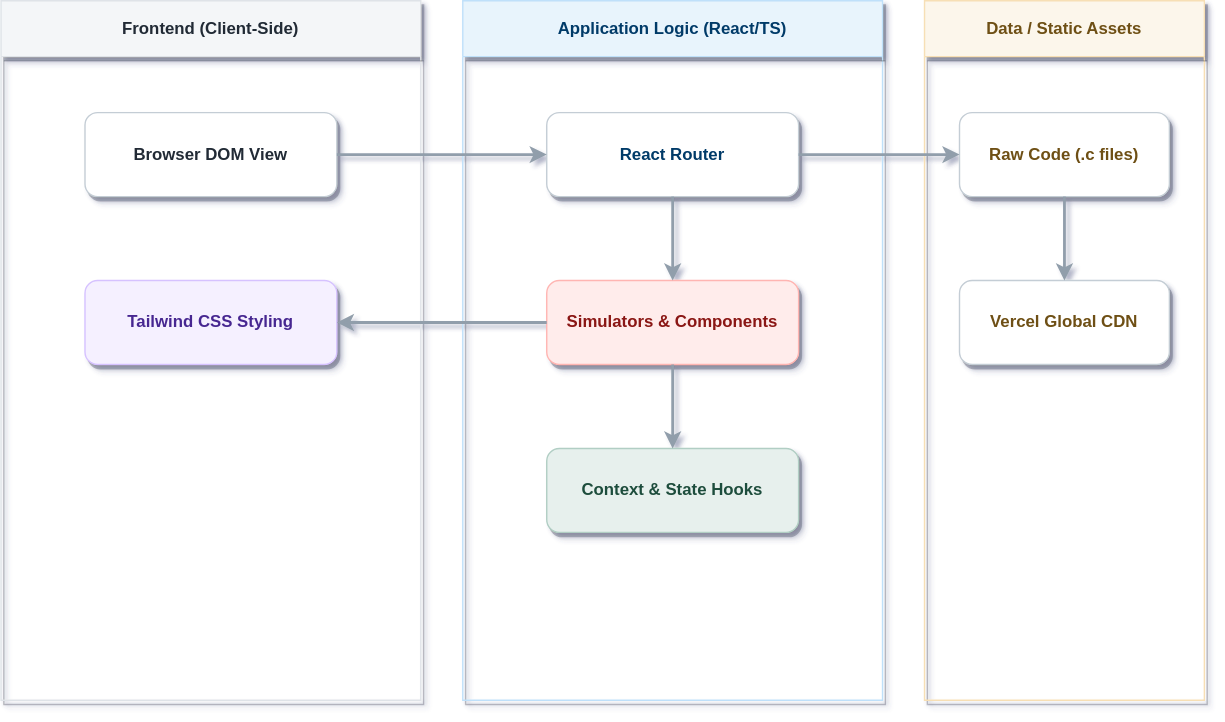
Before: public/diagrams/fullstack.drawio.svg, a diagram exported from draw.io (toxicbishop/DSA-with-tsx). Source tidied: cells renumbered, new cells last; positions are measured from the earlier drawing's top-left corner, leaving out a move shared by most shapes.
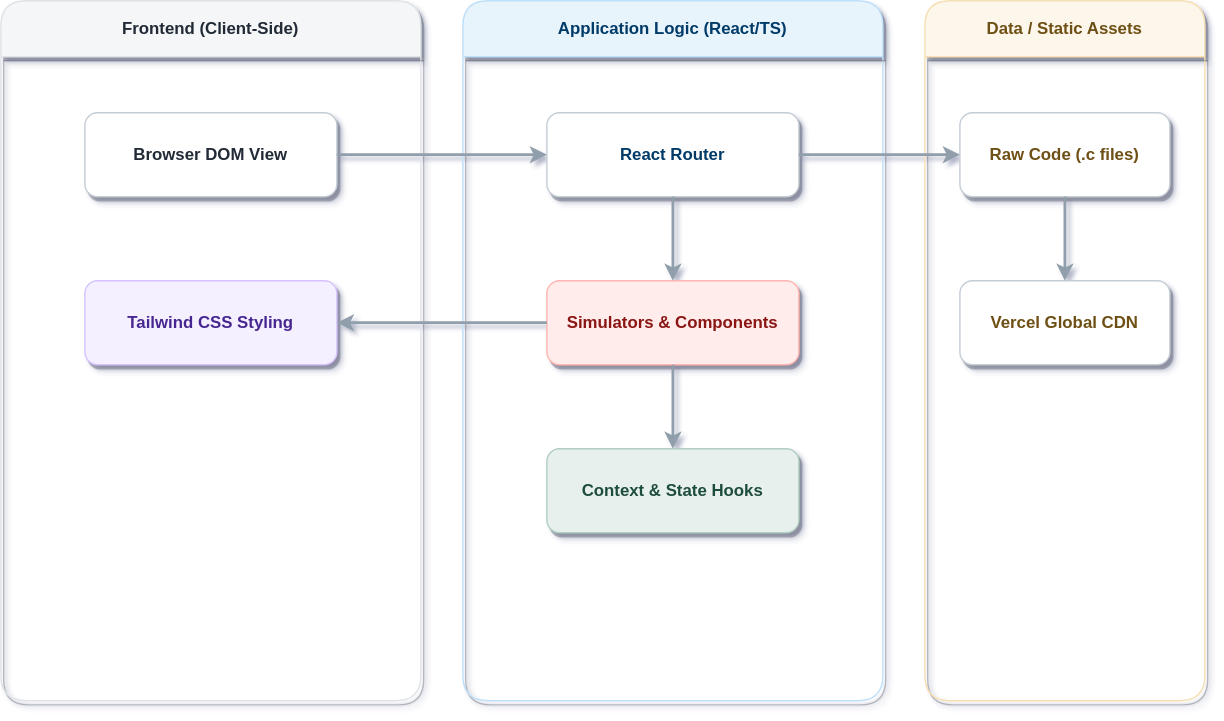
Later version of the same file.

Diff of the diagram source:
```diff
@@ -2,7 +2,7 @@
   <root>
     <mxCell id="0" />
     <mxCell id="1" parent="0" />
-    <mxCell id="2" value="Frontend (Client-Side)" style="swimlane;whiteSpace=wrap;html=1;fillColor=#f4f6f8;strokeColor=#dfe3e8;fontStyle=1;fontColor=#212b36;shadow=1;startSize=40;" parent="1" vertex="1">
+    <mxCell id="2" value="Frontend (Client-Side)" style="swimlane;whiteSpace=wrap;html=1;fillColor=#f4f6f8;strokeColor=#dfe3e8;fontStyle=1;fontColor=#212b36;shadow=1;startSize=40;rounded=1;" parent="1" vertex="1">
       <mxGeometry width="300" height="500" as="geometry" />
     </mxCell>
     <mxCell id="3" value="Browser DOM View" style="rounded=1;whiteSpace=wrap;html=1;fillColor=#ffffff;strokeColor=#c4cdd5;fontColor=#212b36;shadow=1;fontStyle=1;" parent="2" vertex="1">
@@ -11,7 +11,7 @@
     <mxCell id="4" value="Tailwind CSS Styling" style="rounded=1;whiteSpace=wrap;html=1;fillColor=#f5f0ff;strokeColor=#d6c2ff;fontColor=#472891;shadow=1;fontStyle=1;" parent="2" vertex="1">
       <mxGeometry x="60" y="200" width="180" height="60" as="geometry" />
     </mxCell>
-    <mxCell id="5" value="Application Logic (React/TS)" style="swimlane;whiteSpace=wrap;html=1;fillColor=#e8f4fc;strokeColor=#bfe0fa;fontStyle=1;fontColor=#003a68;shadow=1;startSize=40;" parent="1" vertex="1">
+    <mxCell id="5" value="Application Logic (React/TS)" style="swimlane;whiteSpace=wrap;html=1;fillColor=#e8f4fc;strokeColor=#bfe0fa;fontStyle=1;fontColor=#003a68;shadow=1;startSize=40;rounded=1;" parent="1" vertex="1">
       <mxGeometry x="330" width="300" height="500" as="geometry" />
     </mxCell>
     <mxCell id="6" value="React Router" style="rounded=1;whiteSpace=wrap;html=1;fillColor=#ffffff;strokeColor=#c4cdd5;fontColor=#003a68;shadow=1;fontStyle=1;" parent="5" vertex="1">
@@ -23,7 +23,7 @@
     <mxCell id="8" value="Context &amp; State Hooks" style="rounded=1;whiteSpace=wrap;html=1;fillColor=#e7f0ed;strokeColor=#b1cec4;fontColor=#1f4d3c;shadow=1;fontStyle=1;" parent="5" vertex="1">
       <mxGeometry x="60" y="320" width="180" height="60" as="geometry" />
     </mxCell>
-    <mxCell id="9" value="Data / Static Assets" style="swimlane;whiteSpace=wrap;html=1;fillColor=#fcf6eb;strokeColor=#f7dfb5;fontStyle=1;fontColor=#6e4f13;shadow=1;startSize=40;" parent="1" vertex="1">
+    <mxCell id="9" value="Data / Static Assets" style="swimlane;whiteSpace=wrap;html=1;fillColor=#fcf6eb;strokeColor=#f7dfb5;fontStyle=1;fontColor=#6e4f13;shadow=1;startSize=40;rounded=1;" parent="1" vertex="1">
       <mxGeometry x="660" width="200" height="500" as="geometry" />
     </mxCell>
     <mxCell id="10" value="Raw Code (.c files)" style="rounded=1;whiteSpace=wrap;html=1;fillColor=#ffffff;strokeColor=#c4cdd5;fontColor=#6e4f13;shadow=1;fontStyle=1;" parent="9" vertex="1">
```
